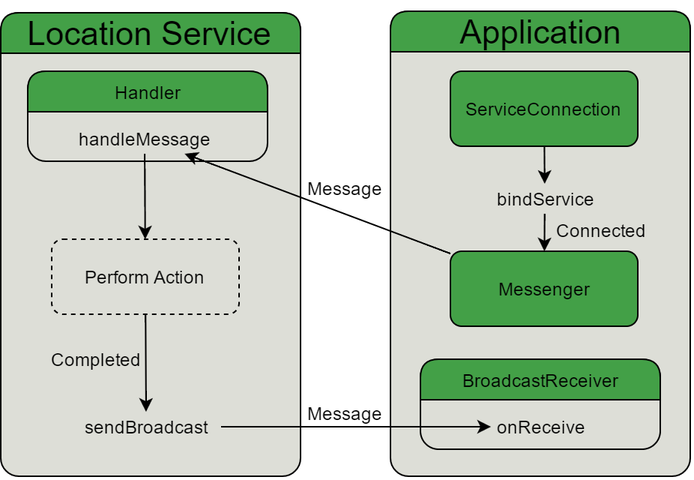
JohanGregersen/sw10lastfreakingreport keeps this draw.io diagram as Pictures/application_service_communication.png. Above is the earlier version. Source tidied: cells renumbered, new cells last; positions are measured from the earlier drawing's top-left corner, leaving out a move shared by most shapes. Its diagram source:
```xml
<mxGraphModel background="#ffffff">
  <root>
    <mxCell id="0" />
    <mxCell id="1" parent="0" />
    <mxCell id="2" value="&lt;span style=&quot;font-size: 22px ; font-weight: normal ; line-height: 44px&quot;&gt;Application&lt;/span&gt;" style="swimlane;whiteSpace=wrap;html=1;rounded=1;shadow=0;strokeColor=#000000;strokeWidth=1;fillColor=#43A047;gradientColor=none;fontSize=30;fontColor=#000000;align=center;startSize=27;swimlaneFillColor=#DDDED7;" parent="1" vertex="1">
      <mxGeometry x="260" width="200" height="310" as="geometry" />
    </mxCell>
    <mxCell id="3" value="&lt;div style=&quot;text-align: center&quot;&gt;&lt;span style=&quot;font-size: 12px ; line-height: 200%&quot;&gt;ServiceConnection&lt;/span&gt;&lt;/div&gt;" style="rounded=1;whiteSpace=wrap;html=1;shadow=0;strokeColor=#000000;strokeWidth=1;fillColor=#43A047;gradientColor=none;fontSize=12;fontColor=#000000;align=center;verticalAlign=middle;labelPosition=center;verticalLabelPosition=middle;spacing=0;" parent="2" vertex="1">
      <mxGeometry x="40" y="40" width="125" height="50" as="geometry" />
    </mxCell>
    <mxCell id="4" value="&lt;div style=&quot;text-align: center&quot;&gt;&lt;span style=&quot;font-size: 12px ; line-height: 200%&quot;&gt;Messenger&lt;/span&gt;&lt;/div&gt;" style="rounded=1;whiteSpace=wrap;html=1;shadow=0;strokeColor=#000000;strokeWidth=1;fillColor=#43A047;gradientColor=none;fontSize=12;fontColor=#000000;align=center;verticalAlign=middle;labelPosition=center;verticalLabelPosition=middle;spacing=0;" parent="2" vertex="1">
      <mxGeometry x="40" y="160" width="125" height="50" as="geometry" />
    </mxCell>
    <mxCell id="5" value="&lt;font style=&quot;font-weight: normal ; line-height: 200% ; font-size: 12px&quot;&gt;BroadcastReceiver&lt;/font&gt;" style="swimlane;whiteSpace=wrap;html=1;rounded=1;shadow=0;strokeColor=#000000;strokeWidth=1;fillColor=#43A047;gradientColor=none;fontSize=12;fontColor=#000000;align=center;startSize=27;swimlaneFillColor=#DDDED7;" parent="2" vertex="1">
      <mxGeometry x="20" y="232" width="160" height="60" as="geometry" />
    </mxCell>
    <mxCell id="6" value="onReceive" style="text;html=1;strokeColor=none;fillColor=none;align=center;verticalAlign=middle;whiteSpace=wrap;overflow=hidden;rounded=1;shadow=0;labelBackgroundColor=none;fontSize=12;fontColor=#000000;" parent="5" vertex="1">
      <mxGeometry x="47" y="35" width="67" height="20" as="geometry" />
    </mxCell>
    <mxCell id="7" value="bindService" style="text;html=1;strokeColor=none;fillColor=none;align=center;verticalAlign=middle;whiteSpace=wrap;overflow=hidden;rounded=1;shadow=0;dashed=1;labelBackgroundColor=none;fontSize=12;fontColor=#000000;" parent="2" vertex="1">
      <mxGeometry x="68" y="115" width="70" height="20" as="geometry" />
    </mxCell>
    <mxCell id="8" value="&lt;div style=&quot;text-align: center&quot;&gt;&lt;span style=&quot;font-size: 12px ; line-height: 200%&quot;&gt;ServiceConnection&lt;/span&gt;&lt;/div&gt;" style="rounded=1;whiteSpace=wrap;html=1;shadow=0;strokeColor=#000000;strokeWidth=1;fillColor=#43A047;gradientColor=none;fontSize=12;fontColor=#000000;align=center;verticalAlign=middle;labelPosition=center;verticalLabelPosition=middle;spacing=0;" parent="1" vertex="1">
      <mxGeometry x="300" y="40" width="125" height="50" as="geometry" />
    </mxCell>
    <mxCell id="9" style="endArrow=classic;html=1;shadow=0;strokeColor=#000000;strokeWidth=1;fontSize=12;fontColor=#000000;" parent="1" edge="1" source="8" target="14">
      <mxGeometry x="398.7" y="660" as="geometry" />
    </mxCell>
    <mxCell id="10" value="&lt;div style=&quot;text-align: center&quot;&gt;&lt;span style=&quot;font-size: 12px ; line-height: 200%&quot;&gt;Messenger&lt;/span&gt;&lt;/div&gt;" style="rounded=1;whiteSpace=wrap;html=1;shadow=0;strokeColor=#000000;strokeWidth=1;fillColor=#43A047;gradientColor=none;fontSize=12;fontColor=#000000;align=center;verticalAlign=middle;labelPosition=center;verticalLabelPosition=middle;spacing=0;" parent="1" vertex="1">
      <mxGeometry x="300" y="160" width="125" height="50" as="geometry" />
    </mxCell>
    <mxCell id="11" value="&lt;font style=&quot;font-weight: normal ; line-height: 200% ; font-size: 12px&quot;&gt;BroadcastReceiver&lt;/font&gt;" style="swimlane;whiteSpace=wrap;html=1;rounded=1;shadow=0;strokeColor=#000000;strokeWidth=1;fillColor=#43A047;gradientColor=none;fontSize=12;fontColor=#000000;align=center;startSize=27;swimlaneFillColor=#DDDED7;" parent="1" vertex="1">
      <mxGeometry x="280" y="232" width="160" height="60" as="geometry" />
    </mxCell>
    <mxCell id="12" value="onReceive" style="text;html=1;strokeColor=none;fillColor=none;align=center;verticalAlign=middle;whiteSpace=wrap;overflow=hidden;rounded=1;shadow=0;labelBackgroundColor=none;fontSize=12;fontColor=#000000;" parent="11" vertex="1">
      <mxGeometry x="47" y="35" width="67" height="20" as="geometry" />
    </mxCell>
    <mxCell id="13" value="onReceive" style="text;html=1;strokeColor=none;fillColor=none;align=center;verticalAlign=middle;whiteSpace=wrap;overflow=hidden;rounded=1;shadow=0;labelBackgroundColor=none;fontSize=12;fontColor=#000000;" parent="1" vertex="1">
      <mxGeometry x="327" y="267" width="67" height="20" as="geometry" />
    </mxCell>
    <mxCell id="14" value="bindService" style="text;html=1;strokeColor=none;fillColor=none;align=center;verticalAlign=middle;whiteSpace=wrap;overflow=hidden;rounded=1;shadow=0;dashed=1;labelBackgroundColor=none;fontSize=12;fontColor=#000000;" parent="1" vertex="1">
      <mxGeometry x="328" y="115" width="70" height="20" as="geometry" />
    </mxCell>
    <mxCell id="15" style="endArrow=classic;html=1;shadow=0;strokeColor=#000000;strokeWidth=1;fontSize=12;fontColor=#000000;" parent="1" edge="1" source="8" target="14">
      <mxGeometry relative="1" as="geometry" />
    </mxCell>
    <mxCell id="16" style="endArrow=classic;html=1;shadow=0;strokeColor=#000000;strokeWidth=1;fontSize=12;fontColor=#000000;" parent="1" edge="1" source="14" target="10">
      <mxGeometry x="396.7" y="705" as="geometry" />
    </mxCell>
    <mxCell id="17" value="Connected" style="text;html=1;align=center;verticalAlign=middle;labelBackgroundColor=none;fontSize=12;fontColor=#000000;" parent="16" vertex="1">
      <mxGeometry x="-0.3" y="3" relative="1" as="geometry">
        <mxPoint x="35" y="2" as="offset" />
      </mxGeometry>
    </mxCell>
    <mxCell id="18" style="endArrow=classic;html=1;shadow=0;strokeColor=#000000;strokeWidth=1;fontSize=12;fontColor=#000000;" parent="1" edge="1" source="14" target="10">
      <mxGeometry x="100.7" y="135" as="geometry" />
    </mxCell>
    <mxCell id="19" value="Connected" style="text;html=1;align=center;verticalAlign=middle;labelBackgroundColor=none;fontSize=12;fontColor=#000000;" parent="18" vertex="1">
      <mxGeometry x="-0.3" y="3" relative="1" as="geometry">
        <mxPoint x="35" y="2" as="offset" />
      </mxGeometry>
    </mxCell>
    <mxCell id="20" value="Connected" style="text;html=1;align=center;verticalAlign=middle;labelBackgroundColor=none;fontSize=12;fontColor=#000000;" parent="1" vertex="1">
      <mxGeometry x="400.8" y="145.6" as="geometry">
        <mxPoint x="35" y="2" as="offset" />
      </mxGeometry>
    </mxCell>
    <mxCell id="21" value="&lt;font style=&quot;font-size: 22px ; font-weight: normal ; line-height: 200%&quot;&gt;Location Service&lt;/font&gt;" style="swimlane;whiteSpace=wrap;html=1;rounded=1;shadow=0;strokeColor=#000000;strokeWidth=1;fillColor=#43A047;gradientColor=none;fontSize=30;fontColor=#000000;align=center;startSize=27;swimlaneFillColor=#DDDED7;" parent="1" vertex="1">
      <mxGeometry y="1" width="200" height="309" as="geometry" />
    </mxCell>
    <mxCell id="22" value="&lt;font style=&quot;font-weight: normal ; line-height: 200% ; font-size: 12px&quot;&gt;Handler&lt;/font&gt;" style="swimlane;whiteSpace=wrap;html=1;rounded=1;shadow=0;strokeColor=#000000;strokeWidth=1;fillColor=#43A047;gradientColor=none;fontSize=12;fontColor=#000000;align=center;startSize=27;swimlaneFillColor=#DDDED7;" parent="21" vertex="1">
      <mxGeometry x="18" y="39" width="160" height="60" as="geometry" />
    </mxCell>
    <mxCell id="23" value="handleMessage" style="text;html=1;strokeColor=none;fillColor=none;align=center;verticalAlign=middle;whiteSpace=wrap;overflow=hidden;rounded=1;shadow=0;labelBackgroundColor=none;fontSize=12;fontColor=#000000;" parent="22" vertex="1">
      <mxGeometry x="28" y="35" width="100" height="20" as="geometry" />
    </mxCell>
    <mxCell id="24" value="sendBroadcast" style="text;html=1;strokeColor=none;fillColor=none;align=center;verticalAlign=middle;whiteSpace=wrap;overflow=hidden;rounded=1;shadow=0;labelBackgroundColor=none;fontSize=12;fontColor=#000000;" parent="21" vertex="1">
      <mxGeometry x="47" y="266" width="100" height="20" as="geometry" />
    </mxCell>
    <mxCell id="25" value="&lt;div style=&quot;text-align: center&quot;&gt;&lt;span style=&quot;font-size: 12px ; line-height: 200%&quot;&gt;Perform Action&lt;/span&gt;&lt;/div&gt;" style="rounded=1;whiteSpace=wrap;html=1;shadow=0;strokeColor=#000000;strokeWidth=1;fillColor=none;gradientColor=none;fontSize=12;fontColor=#000000;align=center;verticalAlign=middle;labelPosition=center;verticalLabelPosition=middle;spacing=0;dashed=1;" parent="21" vertex="1">
      <mxGeometry x="34" y="151" width="125" height="50" as="geometry" />
    </mxCell>
    <mxCell id="26" value="&lt;font style=&quot;font-weight: normal ; line-height: 200% ; font-size: 12px&quot;&gt;Handler&lt;/font&gt;" style="swimlane;whiteSpace=wrap;html=1;rounded=1;shadow=0;strokeColor=#000000;strokeWidth=1;fillColor=#43A047;gradientColor=none;fontSize=12;fontColor=#000000;align=center;startSize=27;swimlaneFillColor=#DDDED7;" parent="1" vertex="1">
      <mxGeometry x="18" y="40" width="160" height="60" as="geometry" />
    </mxCell>
    <mxCell id="27" value="handleMessage" style="text;html=1;strokeColor=none;fillColor=none;align=center;verticalAlign=middle;whiteSpace=wrap;overflow=hidden;rounded=1;shadow=0;labelBackgroundColor=none;fontSize=12;fontColor=#000000;" parent="26" vertex="1">
      <mxGeometry x="28" y="35" width="100" height="20" as="geometry" />
    </mxCell>
    <mxCell id="28" value="handleMessage" style="text;html=1;strokeColor=none;fillColor=none;align=center;verticalAlign=middle;whiteSpace=wrap;overflow=hidden;rounded=1;shadow=0;labelBackgroundColor=none;fontSize=12;fontColor=#000000;" parent="1" vertex="1">
      <mxGeometry x="46" y="75" width="100" height="20" as="geometry" />
    </mxCell>
    <mxCell id="29" value="sendBroadcast" style="text;html=1;strokeColor=none;fillColor=none;align=center;verticalAlign=middle;whiteSpace=wrap;overflow=hidden;rounded=1;shadow=0;labelBackgroundColor=none;fontSize=12;fontColor=#000000;" parent="1" vertex="1">
      <mxGeometry x="47" y="267" width="100" height="20" as="geometry" />
    </mxCell>
    <mxCell id="30" value="&lt;div style=&quot;text-align: center&quot;&gt;&lt;span style=&quot;font-size: 12px ; line-height: 200%&quot;&gt;Perform Action&lt;/span&gt;&lt;/div&gt;" style="rounded=1;whiteSpace=wrap;html=1;shadow=0;strokeColor=#000000;strokeWidth=1;fillColor=none;gradientColor=none;fontSize=12;fontColor=#000000;align=center;verticalAlign=middle;labelPosition=center;verticalLabelPosition=middle;spacing=0;dashed=1;" parent="1" vertex="1">
      <mxGeometry x="34" y="152" width="125" height="50" as="geometry" />
    </mxCell>
    <mxCell id="31" style="endArrow=classic;html=1;shadow=0;strokeColor=#000000;strokeWidth=1;fontSize=12;fontColor=#000000;" parent="1" edge="1" source="28" target="30">
      <mxGeometry relative="1" as="geometry" />
    </mxCell>
    <mxCell id="32" style="endArrow=classic;html=1;shadow=0;strokeColor=#000000;strokeWidth=1;fontSize=12;fontColor=#000000;" parent="1" edge="1" source="30" target="29">
      <mxGeometry x="408.5" y="682" as="geometry" />
    </mxCell>
    <mxCell id="33" value="Completed" style="text;html=1;align=center;verticalAlign=middle;labelBackgroundColor=none;fontSize=12;fontColor=#000000;" parent="32" vertex="1">
      <mxGeometry x="-0.3" y="3" relative="1" as="geometry">
        <mxPoint x="-36" y="7" as="offset" />
      </mxGeometry>
    </mxCell>
    <mxCell id="34" style="endArrow=classic;html=1;shadow=0;strokeColor=#000000;strokeWidth=1;fontSize=12;fontColor=#000000;" parent="1" edge="1" source="28" target="30">
      <mxGeometry x="132.1" y="665" as="geometry" />
    </mxCell>
    <mxCell id="35" style="endArrow=classic;html=1;shadow=0;strokeColor=#000000;strokeWidth=1;fontSize=12;fontColor=#000000;" parent="1" edge="1" source="30" target="29">
      <mxGeometry x="372.5" y="111" as="geometry" />
    </mxCell>
    <mxCell id="36" value="Completed" style="text;html=1;align=center;verticalAlign=middle;labelBackgroundColor=none;fontSize=12;fontColor=#000000;" parent="35" vertex="1">
      <mxGeometry x="-0.3" y="3" relative="1" as="geometry">
        <mxPoint x="-36" y="7" as="offset" />
      </mxGeometry>
    </mxCell>
    <mxCell id="37" value="Completed" style="text;html=1;align=center;verticalAlign=middle;labelBackgroundColor=none;fontSize=12;fontColor=#000000;" parent="1" vertex="1">
      <mxGeometry x="63.7" y="231.8" as="geometry">
        <mxPoint x="-36" y="7" as="offset" />
      </mxGeometry>
    </mxCell>
    <mxCell id="38" style="endArrow=classic;html=1;shadow=0;strokeColor=#000000;strokeWidth=1;fontSize=12;fontColor=#000000;" parent="1" edge="1" source="10" target="28">
      <mxGeometry x="158.6" y="665" as="geometry" />
    </mxCell>
    <mxCell id="39" value="Message" style="text;html=1;align=center;verticalAlign=middle;labelBackgroundColor=none;fontSize=12;fontColor=#000000;" parent="38" vertex="1">
      <mxGeometry x="0.15" y="1" relative="1" as="geometry">
        <mxPoint x="32" y="-7" as="offset" />
      </mxGeometry>
    </mxCell>
    <mxCell id="40" value="Message" style="text;html=1;align=center;verticalAlign=middle;labelBackgroundColor=none;fontSize=12;fontColor=#000000;" parent="1" vertex="1">
      <mxGeometry x="230" y="117.3" as="geometry">
        <mxPoint x="32" y="-7" as="offset" />
      </mxGeometry>
    </mxCell>
    <mxCell id="41" style="endArrow=classic;html=1;shadow=0;strokeColor=#000000;strokeWidth=1;fontSize=12;fontColor=#000000;" parent="1" edge="1" source="29" target="13">
      <mxGeometry x="183" y="847" as="geometry" />
    </mxCell>
    <mxCell id="42" value="Message" style="text;html=1;align=center;verticalAlign=middle;labelBackgroundColor=none;fontSize=12;fontColor=#000000;" parent="1" vertex="1">
      <mxGeometry x="205.3" y="283.9" as="geometry">
        <mxPoint x="24" y="-16" as="offset" />
      </mxGeometry>
    </mxCell>
  </root>
</mxGraphModel>
```
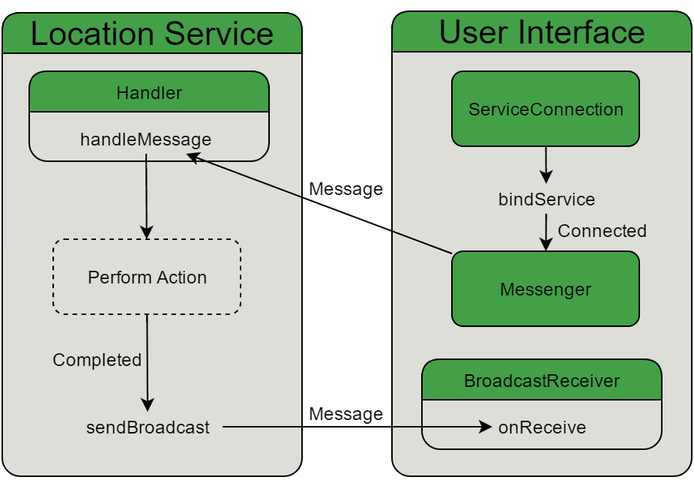
The same file after the commit.

Change to the diagram source:
```diff
@@ -2,7 +2,7 @@
   <root>
     <mxCell id="0" />
     <mxCell id="1" parent="0" />
-    <mxCell id="2" value="&lt;span style=&quot;font-size: 22px ; font-weight: normal ; line-height: 44px&quot;&gt;Application&lt;/span&gt;" style="swimlane;whiteSpace=wrap;html=1;rounded=1;shadow=0;strokeColor=#000000;strokeWidth=1;fillColor=#43A047;gradientColor=none;fontSize=30;fontColor=#000000;align=center;startSize=27;swimlaneFillColor=#DDDED7;" parent="1" vertex="1">
+    <mxCell id="2" value="&lt;span style=&quot;font-size: 22px ; font-weight: normal ; line-height: 44px&quot;&gt;User Interface&lt;/span&gt;" style="swimlane;whiteSpace=wrap;html=1;rounded=1;shadow=0;strokeColor=#000000;strokeWidth=1;fillColor=#43A047;gradientColor=none;fontSize=30;fontColor=#000000;align=center;startSize=27;swimlaneFillColor=#DDDED7;" parent="1" vertex="1">
       <mxGeometry x="260" width="200" height="310" as="geometry" />
     </mxCell>
     <mxCell id="3" value="&lt;div style=&quot;text-align: center&quot;&gt;&lt;span style=&quot;font-size: 12px ; line-height: 200%&quot;&gt;ServiceConnection&lt;/span&gt;&lt;/div&gt;" style="rounded=1;whiteSpace=wrap;html=1;shadow=0;strokeColor=#000000;strokeWidth=1;fillColor=#43A047;gradientColor=none;fontSize=12;fontColor=#000000;align=center;verticalAlign=middle;labelPosition=center;verticalLabelPosition=middle;spacing=0;" parent="2" vertex="1">
```
